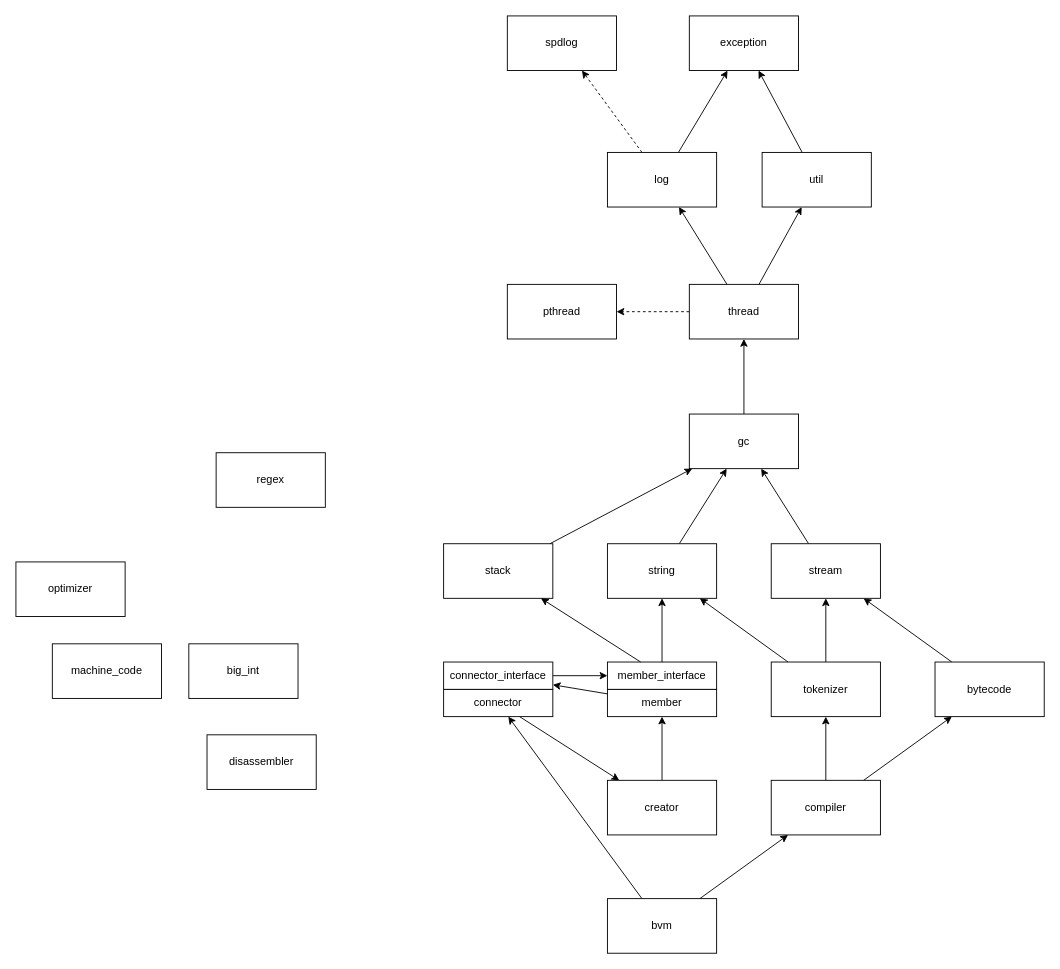
bialang/bia keeps this draw.io diagram as page "Dependencies" (3 of 4) of Components.drawio. Above is the earlier version. Source tidied: cells renumbered, new cells numbered last; positions are measured from the earlier drawing's top-left corner, leaving out a move shared by most shapes. Both pictures are drawn from the tidied source at 91%, with x=0, y=0 at pixel (15, 15).
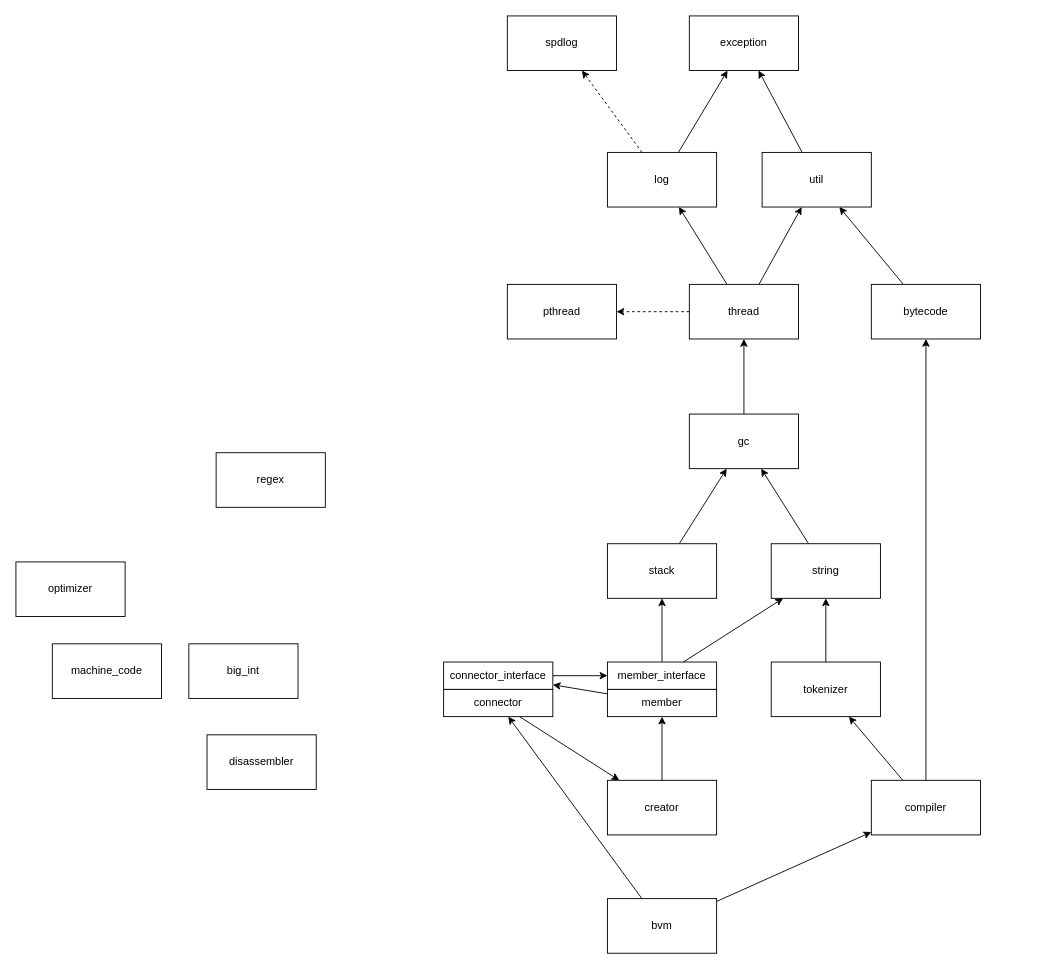
The same page after the edit.

The change refers to these unchanged cells:
```xml
<mxCell id="4" value="gc" style="rounded=0;whiteSpace=wrap;html=1;" parent="1" vertex="1">
  <mxGeometry x="740" y="437.5" width="120" height="60" as="geometry" />
</mxCell>
<mxCell id="14" value="util" style="rounded=0;whiteSpace=wrap;html=1;" parent="1" vertex="1">
  <mxGeometry x="820" y="150" width="120" height="60" as="geometry" />
</mxCell>
<mxCell id="20" value="tokenizer" style="rounded=0;whiteSpace=wrap;html=1;" parent="1" vertex="1">
  <mxGeometry x="830" y="710" width="120" height="60" as="geometry" />
</mxCell>
<mxCell id="37" value="member_interface" style="rounded=0;whiteSpace=wrap;html=1;" parent="35" vertex="1">
  <mxGeometry width="120" height="30" as="geometry" />
</mxCell>
```

Change to the diagram source:
```diff
@@
     <mxCell id="10" value="string" style="rounded=0;whiteSpace=wrap;html=1;" parent="1" vertex="1">
-      <mxGeometry x="650" y="580" width="120" height="60" as="geometry" />
+      <mxGeometry x="830" y="580" width="120" height="60" as="geometry" />
     </mxCell>
@@
-    <mxCell id="18" style="edgeStyle=none;rounded=0;jettySize=auto;html=1;" parent="1" edge="1" source="20" target="29">
-      <mxGeometry relative="1" as="geometry" />
-    </mxCell>
@@
     <mxCell id="23" value="compiler" style="rounded=0;whiteSpace=wrap;html=1;" parent="1" vertex="1">
-      <mxGeometry x="830" y="840" width="120" height="60" as="geometry" />
+      <mxGeometry x="940" y="840" width="120" height="60" as="geometry" />
     </mxCell>
@@
-    <mxCell id="26" style="edgeStyle=none;rounded=0;jettySize=auto;html=1;" parent="1" edge="1" source="27" target="29">
-      <mxGeometry relative="1" as="geometry" />
-    </mxCell>
+    <mxCell id="50" style="rounded=0;jettySize=auto;html=1;" parent="1" edge="1" source="27" target="14">
+      <mxGeometry relative="1" as="geometry" />
+    </mxCell>
     <mxCell id="27" value="bytecode" style="rounded=0;whiteSpace=wrap;html=1;" parent="1" vertex="1">
-      <mxGeometry x="1010" y="710" width="120" height="60" as="geometry" />
+      <mxGeometry x="940" y="295" width="120" height="60" as="geometry" />
     </mxCell>
-    <mxCell id="28" style="edgeStyle=none;rounded=0;jettySize=auto;html=1;" parent="1" edge="1" source="29" target="4">
-      <mxGeometry relative="1" as="geometry" />
-    </mxCell>
-    <mxCell id="29" value="stream" style="rounded=0;whiteSpace=wrap;html=1;" parent="1" vertex="1">
-      <mxGeometry x="830" y="580" width="120" height="60" as="geometry" />
-    </mxCell>
@@
     <mxCell id="34" value="stack" style="rounded=0;whiteSpace=wrap;html=1;" parent="1" vertex="1">
-      <mxGeometry x="470" y="580" width="120" height="60" as="geometry" />
+      <mxGeometry x="650" y="580" width="120" height="60" as="geometry" />
     </mxCell>
@@
-    <mxCell id="38" style="edgeStyle=orthogonalEdgeStyle;rounded=0;jettySize=auto;html=1;" parent="1" edge="1" source="37" target="10">
+    <mxCell id="38" style="rounded=0;jettySize=auto;html=1;" parent="1" edge="1" source="37" target="10">
       <mxGeometry relative="1" as="geometry" />
     </mxCell>
```
